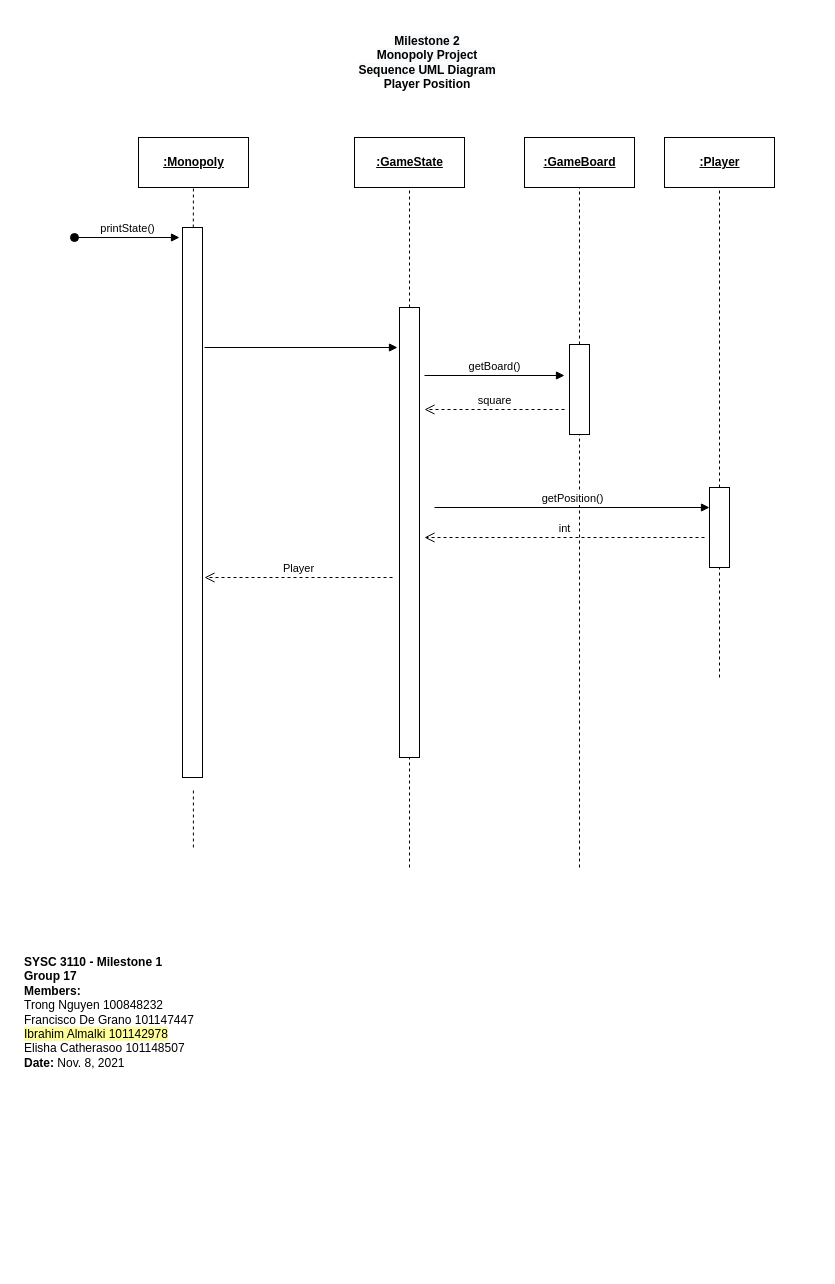
Above: page "SequenceUML_3" (4 of 5) of M2_ClassUML.drawio in trong0dn/monopoly (draw.io), before the change. Source tidied: cells renumbered, new cells numbered last; positions are measured from the earlier drawing's top-left corner, leaving out a move shared by most shapes. Both pictures are drawn from the tidied source at 100%, with x=0, y=0 at pixel (22, 27).
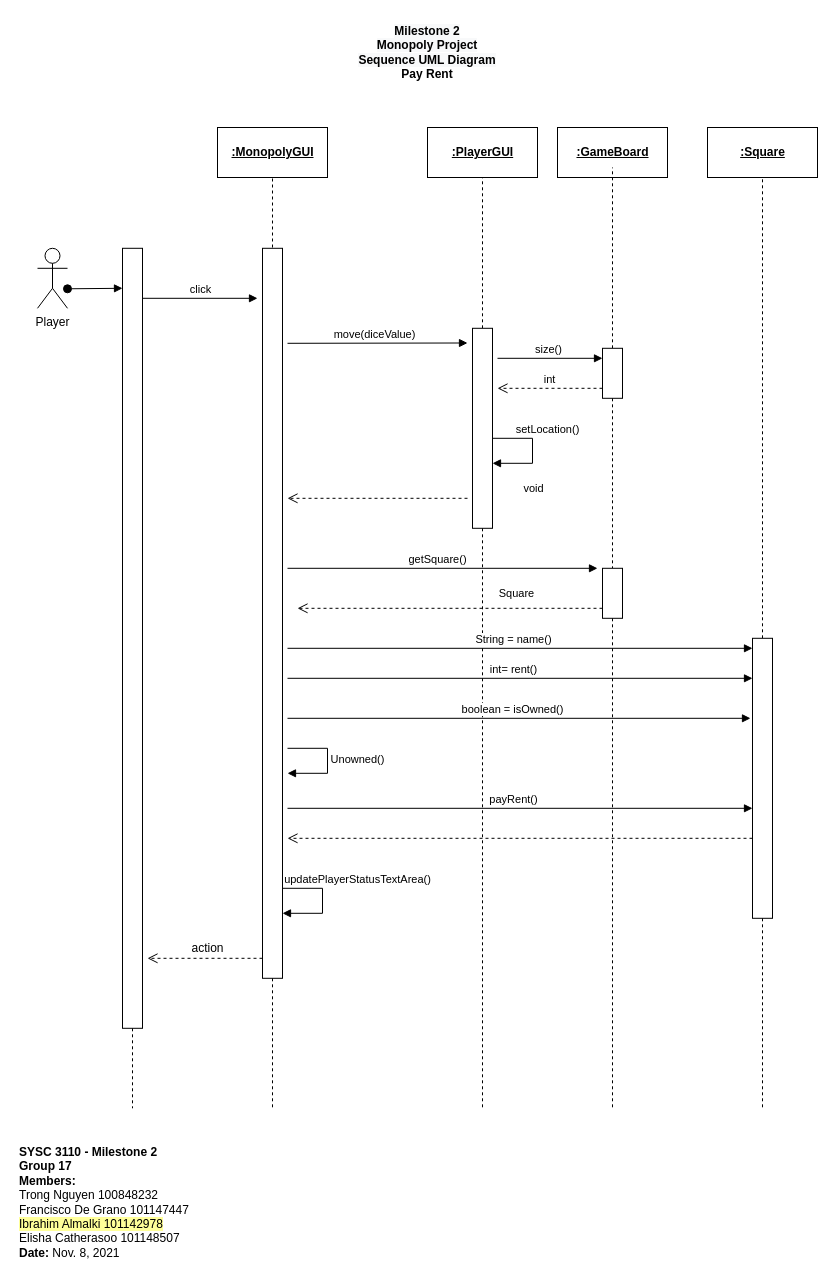
The same diagram, later.

Commit message (it also covers changes not shown here):
eebro sequence diagram

Diff of the diagram source:
```diff
@@
-    <mxCell id="2" value="&lt;b&gt;SYSC 3110 - Milestone 1&lt;/b&gt;&lt;br&gt;&lt;b&gt;Group 17&lt;/b&gt;&lt;br&gt;&lt;b&gt;Members:&lt;/b&gt;&lt;br&gt;Trong Nguyen 100848232 &lt;br&gt;Francisco De Grano 101147447 &lt;br&gt;&lt;span style=&quot;background-color: rgb(255 , 255 , 153)&quot;&gt;Ibrahim Almalki 101142978 &lt;br&gt;&lt;/span&gt;Elisha Catherasoo 101148507&lt;br&gt;&lt;b&gt;Date: &lt;/b&gt;Nov. 8, 2021" style="text;html=1;strokeColor=none;fillColor=none;align=left;verticalAlign=middle;whiteSpace=wrap;rounded=0;" parent="1" vertex="1">
-      <mxGeometry y="920" width="200" height="130" as="geometry" />
+    <mxCell id="2" value="&lt;b&gt;SYSC 3110 - Milestone 2&lt;/b&gt;&lt;br&gt;&lt;b&gt;Group 17&lt;/b&gt;&lt;br&gt;&lt;b&gt;Members:&lt;/b&gt;&lt;br&gt;Trong Nguyen 100848232 &lt;br&gt;Francisco De Grano 101147447 &lt;br&gt;&lt;span style=&quot;background-color: rgb(255 , 255 , 153)&quot;&gt;Ibrahim Almalki 101142978 &lt;br&gt;&lt;/span&gt;Elisha Catherasoo 101148507&lt;br&gt;&lt;b&gt;Date: &lt;/b&gt;Nov. 8, 2021" style="text;html=1;strokeColor=none;fillColor=none;align=left;verticalAlign=middle;whiteSpace=wrap;rounded=0;" parent="1" vertex="1">
+      <mxGeometry x="-5" y="1110" width="200" height="130" as="geometry" />
     </mxCell>
-    <mxCell id="3" value="&lt;b style=&quot;color: rgb(0 , 0 , 0) ; font-family: &amp;#34;helvetica&amp;#34; ; font-size: 12px ; font-style: normal ; letter-spacing: normal ; text-indent: 0px ; text-transform: none ; word-spacing: 0px ; background-color: rgb(248 , 249 , 250)&quot;&gt;Milestone 2&lt;br&gt;Monopoly Project&lt;br&gt;Sequence UML Diagram&lt;br&gt;&lt;div&gt;&lt;b&gt;Player Position&lt;/b&gt;&lt;/div&gt;&lt;/b&gt;" style="text;whiteSpace=wrap;html=1;align=center;" parent="1" vertex="1">
-      <mxGeometry x="325" width="160" height="70" as="geometry" />
+    <mxCell id="3" value="&lt;b style=&quot;color: rgb(0 , 0 , 0) ; font-family: &amp;#34;helvetica&amp;#34; ; font-size: 12px ; font-style: normal ; letter-spacing: normal ; text-indent: 0px ; text-transform: none ; word-spacing: 0px ; background-color: rgb(248 , 249 , 250)&quot;&gt;Milestone 2&lt;br&gt;Monopoly Project&lt;br&gt;Sequence UML Diagram&lt;br&gt;&lt;div&gt;&lt;b&gt;Pay Rent&lt;/b&gt;&lt;/div&gt;&lt;/b&gt;" style="text;whiteSpace=wrap;html=1;align=center;" parent="1" vertex="1">
+      <mxGeometry x="325" y="-10" width="160" height="70" as="geometry" />
     </mxCell>
-    <mxCell id="4" value="&lt;b&gt;&lt;u&gt;:Monopoly&lt;/u&gt;&lt;/b&gt;" style="html=1;align=center;" parent="1" vertex="1">
-      <mxGeometry x="116" y="110" width="110" height="50" as="geometry" />
-    </mxCell>
-    <mxCell id="5" style="endArrow=none;dashed=1;html=1;rounded=0;" parent="1" edge="1" source="7" target="4">
-      <mxGeometry relative="1" as="geometry" />
-    </mxCell>
-    <mxCell id="6" style="endArrow=none;dashed=1;html=1;rounded=0;" parent="1" edge="1">
-      <mxGeometry relative="1" as="geometry">
-        <mxPoint x="170.9" y="820" as="sourcePoint" />
-        <mxPoint x="170.9" y="760" as="targetPoint" />
-      </mxGeometry>
-    </mxCell>
-    <mxCell id="7" style="rounded=0;whiteSpace=wrap;html=1;align=left;" parent="1" vertex="1">
-      <mxGeometry x="160" y="200" width="20" height="550" as="geometry" />
-    </mxCell>
-    <mxCell id="8" value="printState()" style="html=1;verticalAlign=bottom;startArrow=oval;startFill=1;endArrow=block;startSize=8;rounded=0;" parent="1" edge="1">
-      <mxGeometry relative="1" as="geometry">
-        <mxPoint x="52" y="210" as="sourcePoint" />
-        <mxPoint x="157" y="210" as="targetPoint" />
-      </mxGeometry>
-    </mxCell>
-    <mxCell id="9" style="rounded=0;whiteSpace=wrap;html=1;align=left;" parent="1" vertex="1">
-      <mxGeometry x="547" y="317" width="20" height="90" as="geometry" />
-    </mxCell>
+    <mxCell id="26" value="Player" style="shape=umlActor;verticalLabelPosition=bottom;verticalAlign=top;html=1;" parent="1" vertex="1">
+      <mxGeometry x="15" y="220.8" width="30" height="60" as="geometry" />
+    </mxCell>
+    <mxCell id="27" value="click" style="html=1;verticalAlign=bottom;endArrow=block;rounded=0;" parent="1" edge="1">
+      <mxGeometry relative="1" as="geometry">
+        <mxPoint x="120" y="270.8" as="sourcePoint" />
+        <mxPoint x="235" y="270.8" as="targetPoint" />
+      </mxGeometry>
+    </mxCell>
+    <mxCell id="28" value="&lt;b&gt;&lt;u&gt;:MonopolyGUI&lt;/u&gt;&lt;/b&gt;" style="html=1;align=center;" parent="1" vertex="1">
+      <mxGeometry x="195" y="100" width="110" height="50" as="geometry" />
+    </mxCell>
+    <mxCell id="29" style="endArrow=none;dashed=1;html=1;rounded=0;" parent="1" edge="1" target="28">
+      <mxGeometry relative="1" as="geometry">
+        <mxPoint x="250" y="220" as="sourcePoint" />
+      </mxGeometry>
+    </mxCell>
+    <mxCell id="30" style="rounded=0;whiteSpace=wrap;html=1;align=left;" parent="1" vertex="1">
+      <mxGeometry x="240" y="220.8" width="20" height="730" as="geometry" />
+    </mxCell>
+    <mxCell id="31" value="&lt;b&gt;&lt;u&gt;:PlayerGUI&lt;/u&gt;&lt;/b&gt;" style="html=1;align=center;" parent="1" vertex="1">
+      <mxGeometry x="405" y="100" width="110" height="50" as="geometry" />
+    </mxCell>
+    <mxCell id="32" style="endArrow=none;dashed=1;html=1;rounded=0;" parent="1" edge="1" source="33" target="31">
+      <mxGeometry relative="1" as="geometry" />
+    </mxCell>
+    <mxCell id="33" style="rounded=0;whiteSpace=wrap;html=1;align=left;" parent="1" vertex="1">
+      <mxGeometry x="450" y="300.8" width="20" height="200" as="geometry" />
+    </mxCell>
+    <mxCell id="34" value="move(diceValue)" style="html=1;verticalAlign=bottom;endArrow=block;rounded=0;" parent="1" edge="1">
+      <mxGeometry x="-0.03" relative="1" as="geometry">
+        <mxPoint x="265" y="315.8" as="sourcePoint" />
+        <mxPoint x="445" y="315.5" as="targetPoint" />
+      </mxGeometry>
+    </mxCell>
     <mxCell id="10" value="&lt;b&gt;&lt;u&gt;:GameBoard&lt;/u&gt;&lt;/b&gt;" style="html=1;align=center;" parent="1" vertex="1">
-      <mxGeometry x="502" y="110" width="110" height="50" as="geometry" />
+      <mxGeometry x="535" y="100" width="110" height="50" as="geometry" />
     </mxCell>
-    <mxCell id="11" style="endArrow=none;dashed=1;html=1;rounded=0;" parent="1" edge="1" source="9" target="10">
-      <mxGeometry relative="1" as="geometry" />
-    </mxCell>
-    <mxCell id="12" value="getBoard()" style="html=1;verticalAlign=bottom;endArrow=block;rounded=0;" parent="1" edge="1">
-      <mxGeometry relative="1" as="geometry">
-        <mxPoint x="402" y="348" as="sourcePoint" />
-        <mxPoint x="542" y="348" as="targetPoint" />
-      </mxGeometry>
-    </mxCell>
-    <mxCell id="13" value="square" style="html=1;verticalAlign=bottom;endArrow=open;dashed=1;endSize=8;rounded=0;" parent="1" edge="1">
-      <mxGeometry relative="1" as="geometry">
-        <mxPoint x="542" y="382" as="sourcePoint" />
-        <mxPoint x="402" y="382" as="targetPoint" />
-      </mxGeometry>
-    </mxCell>
-    <mxCell id="14" style="endArrow=none;dashed=1;html=1;rounded=0;" parent="1" edge="1" target="9">
-      <mxGeometry relative="1" as="geometry">
-        <mxPoint x="557" y="840" as="sourcePoint" />
-      </mxGeometry>
-    </mxCell>
-    <mxCell id="15" value="&lt;b&gt;&lt;u&gt;:Player&lt;/u&gt;&lt;/b&gt;" style="html=1;align=center;" parent="1" vertex="1">
-      <mxGeometry x="642" y="110" width="110" height="50" as="geometry" />
-    </mxCell>
-    <mxCell id="16" style="endArrow=none;dashed=1;html=1;rounded=0;exitX=0.5;exitY=0;exitDx=0;exitDy=0;" parent="1" edge="1" source="17">
-      <mxGeometry relative="1" as="geometry">
-        <mxPoint x="697" y="160" as="targetPoint" />
-      </mxGeometry>
-    </mxCell>
-    <mxCell id="17" style="rounded=0;whiteSpace=wrap;html=1;align=left;" parent="1" vertex="1">
-      <mxGeometry x="687" y="460" width="20" height="80" as="geometry" />
-    </mxCell>
-    <mxCell id="18" value="getPosition()" style="html=1;verticalAlign=bottom;endArrow=block;rounded=0;entryX=0;entryY=0.25;entryDx=0;entryDy=0;" parent="1" edge="1" target="17">
-      <mxGeometry relative="1" as="geometry">
-        <mxPoint x="412" y="480" as="sourcePoint" />
-      </mxGeometry>
-    </mxCell>
-    <mxCell id="19" style="endArrow=none;dashed=1;html=1;rounded=0;" parent="1" edge="1" target="20">
-      <mxGeometry relative="1" as="geometry">
-        <mxPoint x="387" y="840" as="sourcePoint" />
-      </mxGeometry>
-    </mxCell>
-    <mxCell id="20" style="rounded=0;whiteSpace=wrap;html=1;align=left;" parent="1" vertex="1">
-      <mxGeometry x="377" y="280" width="20" height="450" as="geometry" />
-    </mxCell>
-    <mxCell id="21" value="&lt;b&gt;&lt;u&gt;:GameState&lt;/u&gt;&lt;/b&gt;" style="html=1;align=center;" parent="1" vertex="1">
-      <mxGeometry x="332" y="110" width="110" height="50" as="geometry" />
-    </mxCell>
-    <mxCell id="22" style="endArrow=none;dashed=1;html=1;rounded=0;" parent="1" edge="1" source="20" target="21">
-      <mxGeometry relative="1" as="geometry" />
-    </mxCell>
+    <mxCell id="35" style="endArrow=none;dashed=1;html=1;rounded=0;" parent="1" edge="1" source="36">
+      <mxGeometry relative="1" as="geometry">
+        <mxPoint x="590" y="140" as="targetPoint" />
+      </mxGeometry>
+    </mxCell>
+    <mxCell id="36" style="rounded=0;whiteSpace=wrap;html=1;align=left;" parent="1" vertex="1">
+      <mxGeometry x="580" y="320.8" width="20" height="50" as="geometry" />
+    </mxCell>
+    <mxCell id="37" style="endArrow=none;dashed=1;html=1;rounded=0;" parent="1" edge="1" source="36" target="48">
+      <mxGeometry relative="1" as="geometry" />
+    </mxCell>
+    <mxCell id="38" value="size()" style="html=1;verticalAlign=bottom;endArrow=block;rounded=0;" parent="1" edge="1">
+      <mxGeometry x="-0.03" relative="1" as="geometry">
+        <mxPoint x="475" y="330.8" as="sourcePoint" />
+        <mxPoint x="580" y="330.8" as="targetPoint" />
+      </mxGeometry>
+    </mxCell>
     <mxCell id="23" value="int" style="html=1;verticalAlign=bottom;endArrow=open;dashed=1;endSize=8;rounded=0;" parent="1" edge="1">
       <mxGeometry relative="1" as="geometry">
-        <mxPoint x="682" y="510" as="sourcePoint" />
-        <mxPoint x="402" y="510" as="targetPoint" />
+        <mxPoint x="580" y="360.8" as="sourcePoint" />
+        <mxPoint x="475" y="360.8" as="targetPoint" />
       </mxGeometry>
     </mxCell>
-    <mxCell id="24" style="html=1;verticalAlign=bottom;endArrow=block;rounded=0;" parent="1" edge="1">
-      <mxGeometry relative="1" as="geometry">
-        <mxPoint x="182" y="320" as="sourcePoint" />
-        <mxPoint x="375" y="320" as="targetPoint" />
-      </mxGeometry>
-    </mxCell>
-    <mxCell id="25" style="endArrow=none;dashed=1;html=1;rounded=0;" parent="1" edge="1" target="17">
-      <mxGeometry relative="1" as="geometry">
-        <mxPoint x="697" y="650" as="sourcePoint" />
-      </mxGeometry>
-    </mxCell>
-    <mxCell id="26" value="Player" style="html=1;verticalAlign=bottom;endArrow=open;dashed=1;endSize=8;rounded=0;" parent="1" edge="1">
-      <mxGeometry relative="1" as="geometry">
-        <mxPoint x="370" y="550" as="sourcePoint" />
-        <mxPoint x="182" y="550" as="targetPoint" />
-      </mxGeometry>
-    </mxCell>
+    <mxCell id="39" style="html=1;verticalAlign=bottom;endArrow=open;dashed=1;endSize=8;rounded=0;" parent="1" edge="1">
+      <mxGeometry relative="1" as="geometry">
+        <mxPoint x="445" y="470.8" as="sourcePoint" />
+        <mxPoint x="265" y="470.8" as="targetPoint" />
+      </mxGeometry>
+    </mxCell>
+    <mxCell id="40" value="void" style="edgeLabel;html=1;align=center;verticalAlign=middle;" parent="39" vertex="1">
+      <mxGeometry x="-0.06" y="-3" relative="1" as="geometry">
+        <mxPoint x="150" y="-7" as="offset" />
+      </mxGeometry>
+    </mxCell>
+    <mxCell id="41" value="updatePlayerStatusTextArea()" style="html=1;verticalAlign=bottom;endArrow=block;rounded=0;" parent="1" edge="1">
+      <mxGeometry x="-0.24" y="35" relative="1" as="geometry">
+        <mxPoint x="260" y="860.8" as="sourcePoint" />
+        <mxPoint x="260" y="885.8" as="targetPoint" />
+        <Array as="points">
+          <mxPoint x="300" y="860.8" />
+          <mxPoint x="300" y="885.8" />
+        </Array>
+      </mxGeometry>
+    </mxCell>
+    <mxCell id="42" style="endArrow=none;dashed=1;html=1;rounded=0;" parent="1" edge="1" source="33">
+      <mxGeometry relative="1" as="geometry">
+        <mxPoint x="460" y="1080.8" as="targetPoint" />
+      </mxGeometry>
+    </mxCell>
+    <mxCell id="43" style="endArrow=none;dashed=1;html=1;rounded=0;" parent="1" edge="1" source="30">
+      <mxGeometry relative="1" as="geometry">
+        <mxPoint x="250" y="1080.8" as="targetPoint" />
+      </mxGeometry>
+    </mxCell>
+    <mxCell id="44" value="&lt;b&gt;&lt;u&gt;:Square&lt;/u&gt;&lt;/b&gt;" style="html=1;align=center;" parent="1" vertex="1">
+      <mxGeometry x="685" y="100" width="110" height="50" as="geometry" />
+    </mxCell>
+    <mxCell id="45" style="endArrow=none;dashed=1;html=1;rounded=0;" parent="1" edge="1" source="46" target="44">
+      <mxGeometry relative="1" as="geometry" />
+    </mxCell>
+    <mxCell id="46" style="rounded=0;whiteSpace=wrap;html=1;align=left;" parent="1" vertex="1">
+      <mxGeometry x="730" y="610.8" width="20" height="280" as="geometry" />
+    </mxCell>
+    <mxCell id="47" style="endArrow=none;dashed=1;html=1;rounded=0;" parent="1" edge="1" source="46">
+      <mxGeometry relative="1" as="geometry">
+        <mxPoint x="740" y="1080.8" as="targetPoint" />
+      </mxGeometry>
+    </mxCell>
+    <mxCell id="48" style="rounded=0;whiteSpace=wrap;html=1;align=left;" parent="1" vertex="1">
+      <mxGeometry x="580" y="540.8" width="20" height="50" as="geometry" />
+    </mxCell>
+    <mxCell id="49" value="getSquare()" style="html=1;verticalAlign=bottom;endArrow=block;rounded=0;" parent="1" edge="1">
+      <mxGeometry x="-0.03" relative="1" as="geometry">
+        <mxPoint x="265" y="540.8" as="sourcePoint" />
+        <mxPoint x="575" y="540.8" as="targetPoint" />
+      </mxGeometry>
+    </mxCell>
+    <mxCell id="50" style="endArrow=none;dashed=1;html=1;rounded=0;" parent="1" edge="1" source="48">
+      <mxGeometry relative="1" as="geometry">
+        <mxPoint x="590" y="1080.8" as="targetPoint" />
+      </mxGeometry>
+    </mxCell>
+    <mxCell id="51" style="html=1;verticalAlign=bottom;endArrow=open;dashed=1;endSize=8;rounded=0;" parent="1" edge="1">
+      <mxGeometry relative="1" as="geometry">
+        <mxPoint x="580" y="580.8" as="sourcePoint" />
+        <mxPoint x="275" y="580.8" as="targetPoint" />
+      </mxGeometry>
+    </mxCell>
+    <mxCell id="52" value="Square" style="edgeLabel;html=1;align=center;verticalAlign=middle;" parent="51" vertex="1">
+      <mxGeometry x="-0.06" y="-3" relative="1" as="geometry">
+        <mxPoint x="56" y="-12" as="offset" />
+      </mxGeometry>
+    </mxCell>
+    <mxCell id="53" value="String = name()" style="html=1;verticalAlign=bottom;endArrow=block;rounded=0;" parent="1" edge="1">
+      <mxGeometry x="-0.03" relative="1" as="geometry">
+        <mxPoint x="265" y="620.8" as="sourcePoint" />
+        <mxPoint x="730" y="620.8" as="targetPoint" />
+      </mxGeometry>
+    </mxCell>
+    <mxCell id="54" value="int= rent()" style="html=1;verticalAlign=bottom;endArrow=block;rounded=0;" parent="1" edge="1">
+      <mxGeometry x="-0.03" relative="1" as="geometry">
+        <mxPoint x="265" y="650.8" as="sourcePoint" />
+        <mxPoint x="730" y="650.8" as="targetPoint" />
+      </mxGeometry>
+    </mxCell>
+    <mxCell id="55" value="boolean = isOwned()" style="html=1;verticalAlign=bottom;endArrow=block;rounded=0;" parent="1" edge="1">
+      <mxGeometry x="-0.03" relative="1" as="geometry">
+        <mxPoint x="265" y="690.8" as="sourcePoint" />
+        <mxPoint x="728" y="690.8" as="targetPoint" />
+      </mxGeometry>
+    </mxCell>
+    <mxCell id="56" style="rounded=0;whiteSpace=wrap;html=1;align=left;" parent="1" vertex="1">
+      <mxGeometry x="100" y="220.8" width="20" height="780" as="geometry" />
+    </mxCell>
+    <mxCell id="57" style="endArrow=none;dashed=1;html=1;rounded=0;" parent="1" edge="1" source="56">
+      <mxGeometry relative="1" as="geometry">
+        <mxPoint x="110" y="1080.8" as="targetPoint" />
+      </mxGeometry>
+    </mxCell>
+    <mxCell id="58" value="setLocation()" style="html=1;verticalAlign=bottom;endArrow=block;rounded=0;" parent="1" edge="1">
+      <mxGeometry x="-0.24" y="15" relative="1" as="geometry">
+        <mxPoint x="470" y="410.8" as="sourcePoint" />
+        <mxPoint x="470" y="435.8" as="targetPoint" />
+        <Array as="points">
+          <mxPoint x="510" y="410.8" />
+          <mxPoint x="510" y="435.8" />
+        </Array>
+      </mxGeometry>
+    </mxCell>
+    <mxCell id="59" style="html=1;verticalAlign=bottom;endArrow=open;dashed=1;endSize=8;rounded=0;" parent="1" edge="1">
+      <mxGeometry relative="1" as="geometry">
+        <mxPoint x="240" y="930.8" as="sourcePoint" />
+        <mxPoint x="125" y="930.8" as="targetPoint" />
+      </mxGeometry>
+    </mxCell>
+    <mxCell id="60" value="action" style="text;html=1;align=center;verticalAlign=middle;strokeColor=none;fillColor=none;" parent="1" vertex="1">
+      <mxGeometry x="160" y="910.8" width="50" height="20" as="geometry" />
+    </mxCell>
+    <mxCell id="61" value="payRent()" style="html=1;verticalAlign=bottom;endArrow=block;rounded=0;" parent="1" edge="1">
+      <mxGeometry x="-0.03" relative="1" as="geometry">
+        <mxPoint x="265" y="780.8" as="sourcePoint" />
+        <mxPoint x="730" y="780.8" as="targetPoint" />
+      </mxGeometry>
+    </mxCell>
+    <mxCell id="62" style="html=1;verticalAlign=bottom;endArrow=open;dashed=1;endSize=8;rounded=0;" parent="1" edge="1">
+      <mxGeometry relative="1" as="geometry">
+        <mxPoint x="730" y="810.8" as="sourcePoint" />
+        <mxPoint x="265" y="810.8" as="targetPoint" />
+      </mxGeometry>
+    </mxCell>
+    <mxCell id="63" value="Unowned()" style="html=1;verticalAlign=bottom;endArrow=block;rounded=0;" parent="1" edge="1">
+      <mxGeometry x="0.14" y="30" relative="1" as="geometry">
+        <mxPoint x="265" y="720.8" as="sourcePoint" />
+        <mxPoint x="265" y="745.8" as="targetPoint" />
+        <Array as="points">
+          <mxPoint x="305" y="720.8" />
+          <mxPoint x="305" y="745.8" />
+        </Array>
+      </mxGeometry>
+    </mxCell>
+    <mxCell id="64" style="html=1;verticalAlign=bottom;startArrow=oval;startFill=1;endArrow=block;startSize=8;rounded=0;" parent="1" edge="1">
+      <mxGeometry relative="1" as="geometry">
+        <mxPoint x="45" y="261.3" as="sourcePoint" />
+        <mxPoint x="100" y="260.8" as="targetPoint" />
+      </mxGeometry>
+    </mxCell>
```
